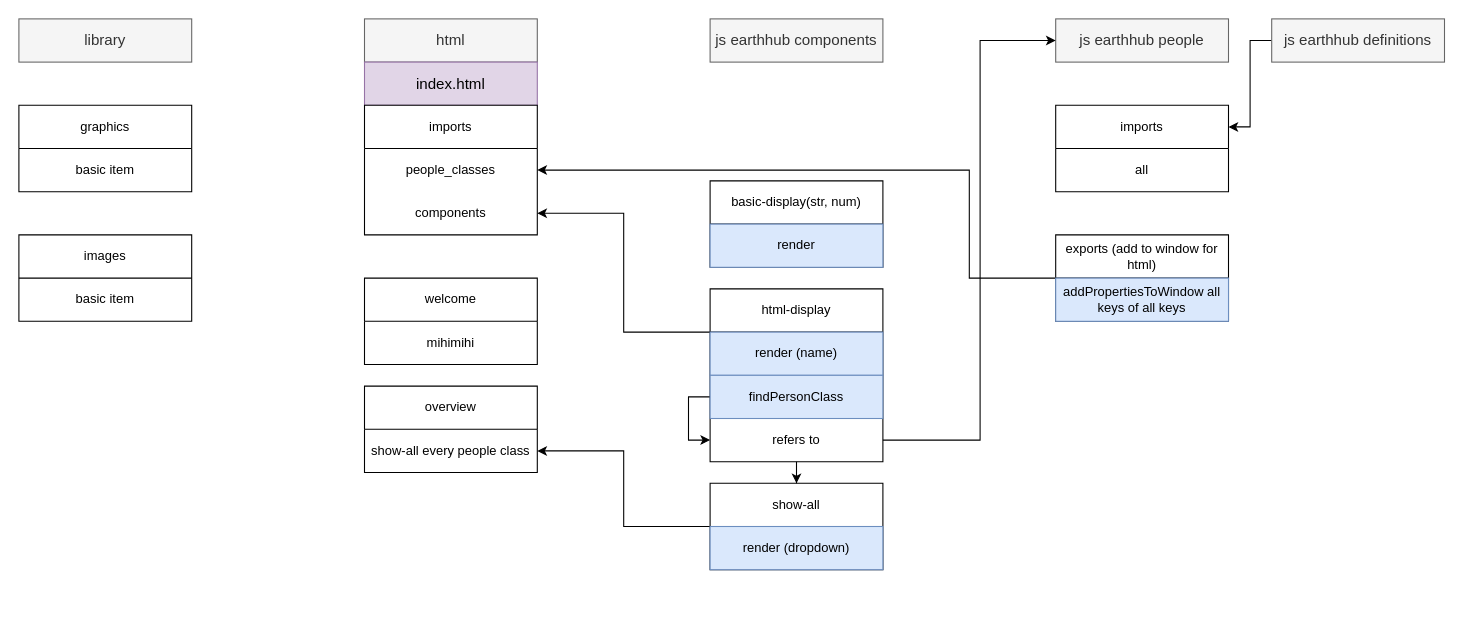
The draw.io diagram earthhub_app.drawio in KasparSoltero/earthhub, before the edit. Source tidied: cells renumbered, new cells numbered last; positions are measured from the earlier drawing's top-left corner, leaving out a move shared by most shapes. Both pictures are drawn from the tidied source at 108%, with x=0, y=0 at pixel (18, 18).
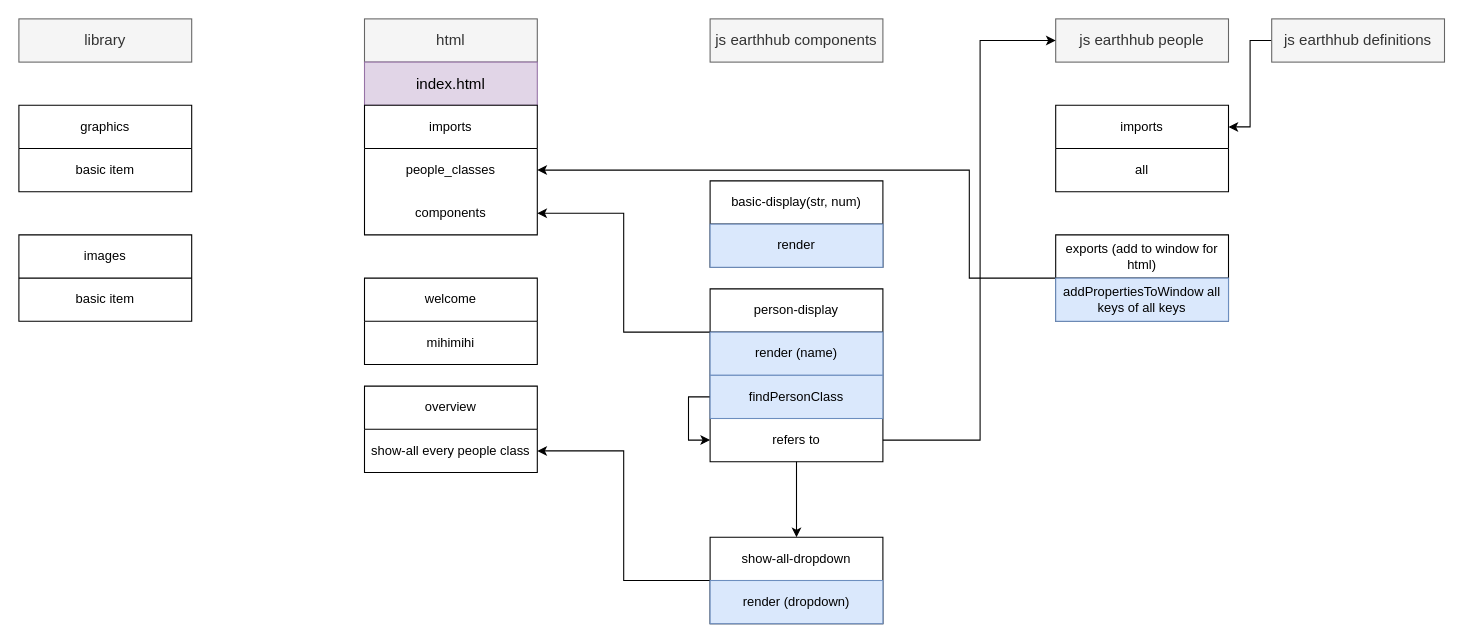
The same diagram, later.

What changed in the source:
```diff
@@
-    <mxCell id="21" value="html-display" style="swimlane;fontStyle=0;horizontal=1;startSize=40;whiteSpace=wrap;html=1;rounded=0;" parent="1" vertex="1">
+    <mxCell id="21" value="person-display" style="swimlane;fontStyle=0;horizontal=1;startSize=40;whiteSpace=wrap;html=1;rounded=0;" parent="1" vertex="1">
       <mxGeometry x="640" y="250" width="160" height="160" as="geometry" />
     </mxCell>
@@
-    <mxCell id="34" value="show-all" style="swimlane;fontStyle=0;horizontal=1;startSize=40;whiteSpace=wrap;html=1;rounded=0;" parent="1" vertex="1">
-      <mxGeometry x="640" y="430" width="160" height="80" as="geometry" />
+    <mxCell id="34" value="show-all-dropdown" style="swimlane;fontStyle=0;horizontal=1;startSize=40;whiteSpace=wrap;html=1;rounded=0;" parent="1" vertex="1">
+      <mxGeometry x="640" y="480" width="160" height="80" as="geometry" />
     </mxCell>
```
